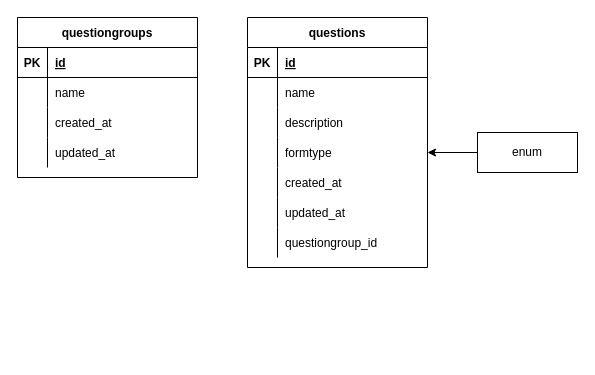
Before: page "Question" (2 of 3) of Eva.drawio in gumpon/evatest, a draw.io diagram. Source tidied: cells renumbered, new cells numbered last; positions are measured from the earlier drawing's top-left corner, leaving out a move shared by most shapes. Both pictures are drawn from the tidied source at 100%, with x=0, y=0 at pixel (17, 17).
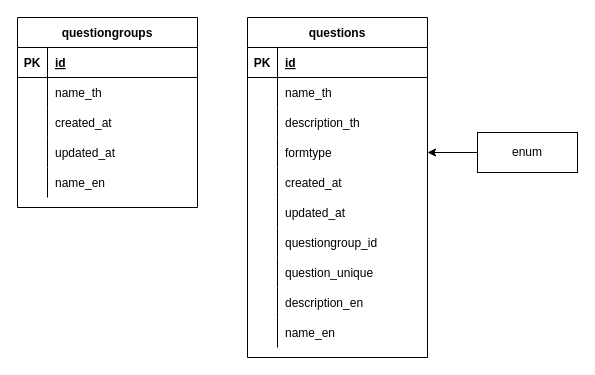
The same diagram, later.

Unchanged cells that the change refers to:
```xml
<mxCell id="6" style="shape=partialRectangle;fillColor=none;top=0;left=0;bottom=0;right=0;" parent="2" vertex="1">
  <mxGeometry y="60" width="180" height="30" as="geometry" />
</mxCell>
<mxCell id="19" style="shape=partialRectangle;fillColor=none;top=0;left=0;bottom=0;right=0;" parent="15" vertex="1">
  <mxGeometry y="60" width="180" height="30" as="geometry" />
</mxCell>
<mxCell id="22" style="shape=partialRectangle;fillColor=none;top=0;left=0;bottom=0;right=0;" parent="15" vertex="1">
  <mxGeometry y="90" width="180" height="30" as="geometry" />
</mxCell>
```

Change to the diagram source:
```diff
@@
     <mxCell id="2" value="questiongroups" style="shape=table;startSize=30;childLayout=tableLayout;rowLines=0;fontStyle=1;align=center;" parent="1" vertex="1">
-      <mxGeometry width="180" height="160" as="geometry" />
+      <mxGeometry width="180" height="190" as="geometry" />
     </mxCell>
@@
-    <mxCell id="8" value="name" style="shape=partialRectangle;fillColor=none;top=0;left=0;bottom=0;right=0;align=left;spacingLeft=6;overflow=hidden;" parent="6" vertex="1">
+    <mxCell id="8" value="name_th" style="shape=partialRectangle;fillColor=none;top=0;left=0;bottom=0;right=0;align=left;spacingLeft=6;overflow=hidden;" parent="6" vertex="1">
       <mxGeometry x="30" width="150" height="30" as="geometry" />
     </mxCell>
@@
+    <mxCell id="39" style="shape=partialRectangle;fillColor=none;top=0;left=0;bottom=0;right=0;" parent="2" vertex="1">
+      <mxGeometry y="150" width="180" height="30" as="geometry" />
+    </mxCell>
+    <mxCell id="40" style="shape=partialRectangle;fillColor=none;top=0;left=0;bottom=0;right=0;overflow=hidden;" parent="39" vertex="1">
+      <mxGeometry width="30" height="30" as="geometry" />
+    </mxCell>
+    <mxCell id="41" value="name_en" style="shape=partialRectangle;fillColor=none;top=0;left=0;bottom=0;right=0;align=left;spacingLeft=6;overflow=hidden;" parent="39" vertex="1">
+      <mxGeometry x="30" width="150" height="30" as="geometry" />
+    </mxCell>
     <mxCell id="15" value="questions" style="shape=table;startSize=30;childLayout=tableLayout;rowLines=0;fontStyle=1;align=center;" parent="1" vertex="1">
-      <mxGeometry x="230" width="180" height="250" as="geometry" />
+      <mxGeometry x="230" width="180" height="340" as="geometry" />
     </mxCell>
@@
-    <mxCell id="21" value="name" style="shape=partialRectangle;fillColor=none;top=0;left=0;bottom=0;right=0;align=left;spacingLeft=6;overflow=hidden;" parent="19" vertex="1">
+    <mxCell id="21" value="name_th" style="shape=partialRectangle;fillColor=none;top=0;left=0;bottom=0;right=0;align=left;spacingLeft=6;overflow=hidden;" parent="19" vertex="1">
       <mxGeometry x="30" width="150" height="30" as="geometry" />
     </mxCell>
@@
-    <mxCell id="24" value="description" style="shape=partialRectangle;fillColor=none;top=0;left=0;bottom=0;right=0;align=left;spacingLeft=6;overflow=hidden;" parent="22" vertex="1">
+    <mxCell id="24" value="description_th" style="shape=partialRectangle;fillColor=none;top=0;left=0;bottom=0;right=0;align=left;spacingLeft=6;overflow=hidden;" parent="22" vertex="1">
       <mxGeometry x="30" width="150" height="30" as="geometry" />
     </mxCell>
@@
+    <mxCell id="42" style="shape=partialRectangle;fillColor=none;top=0;left=0;bottom=0;right=0;" parent="15" vertex="1">
+      <mxGeometry y="240" width="180" height="30" as="geometry" />
+    </mxCell>
+    <mxCell id="43" style="shape=partialRectangle;fillColor=none;top=0;left=0;bottom=0;right=0;overflow=hidden;" parent="42" vertex="1">
+      <mxGeometry width="30" height="30" as="geometry" />
+    </mxCell>
+    <mxCell id="44" value="question_unique" style="shape=partialRectangle;fillColor=none;top=0;left=0;bottom=0;right=0;align=left;spacingLeft=6;overflow=hidden;" parent="42" vertex="1">
+      <mxGeometry x="30" width="150" height="30" as="geometry" />
+    </mxCell>
+    <mxCell id="45" style="shape=partialRectangle;fillColor=none;top=0;left=0;bottom=0;right=0;" parent="15" vertex="1">
+      <mxGeometry y="270" width="180" height="30" as="geometry" />
+    </mxCell>
+    <mxCell id="46" style="shape=partialRectangle;fillColor=none;top=0;left=0;bottom=0;right=0;overflow=hidden;" parent="45" vertex="1">
+      <mxGeometry width="30" height="30" as="geometry" />
+    </mxCell>
+    <mxCell id="47" value="description_en" style="shape=partialRectangle;fillColor=none;top=0;left=0;bottom=0;right=0;align=left;spacingLeft=6;overflow=hidden;" parent="45" vertex="1">
+      <mxGeometry x="30" width="150" height="30" as="geometry" />
+    </mxCell>
+    <mxCell id="48" style="shape=partialRectangle;fillColor=none;top=0;left=0;bottom=0;right=0;" parent="15" vertex="1">
+      <mxGeometry y="300" width="180" height="30" as="geometry" />
+    </mxCell>
+    <mxCell id="49" style="shape=partialRectangle;fillColor=none;top=0;left=0;bottom=0;right=0;overflow=hidden;" parent="48" vertex="1">
+      <mxGeometry width="30" height="30" as="geometry" />
+    </mxCell>
+    <mxCell id="50" value="name_en" style="shape=partialRectangle;fillColor=none;top=0;left=0;bottom=0;right=0;align=left;spacingLeft=6;overflow=hidden;" parent="48" vertex="1">
+      <mxGeometry x="30" width="150" height="30" as="geometry" />
+    </mxCell>
```
